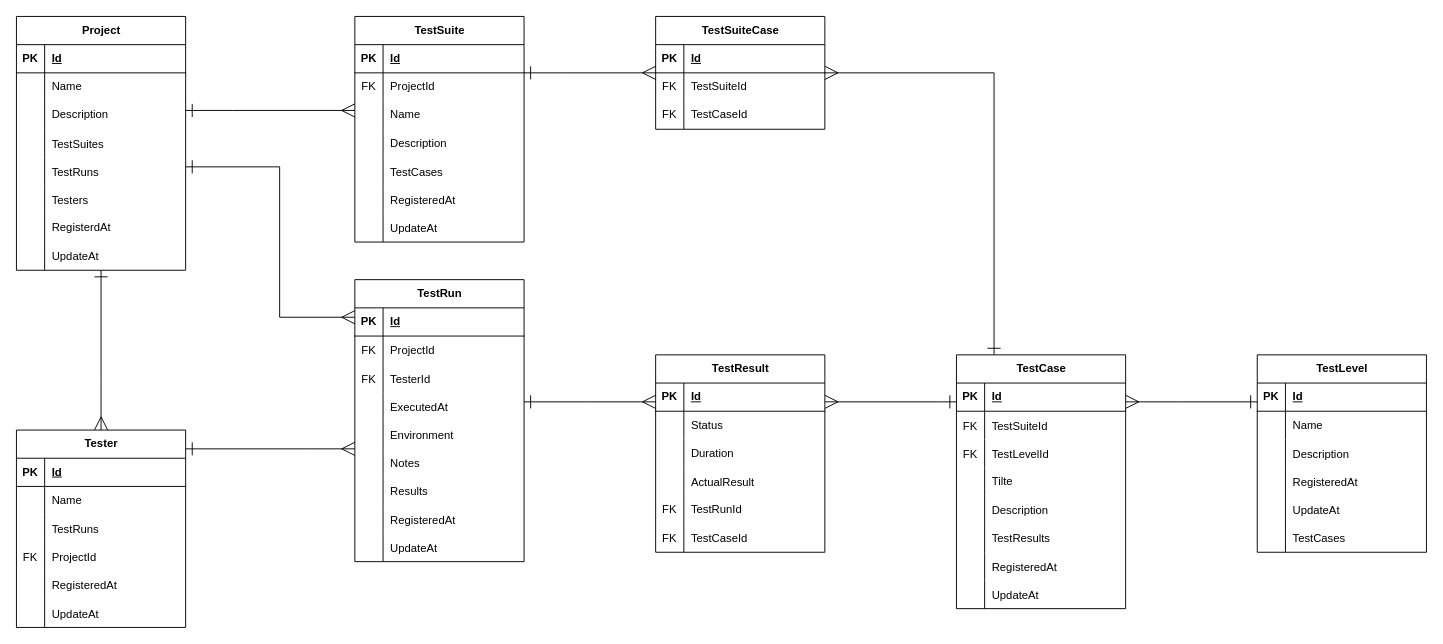
CountrySideEngineer/TestManagement keeps this draw.io diagram as page "テスト結果管理" (1 of 2) of doc/design/ER_diagram.drawio. Above is the earlier version. Source tidied: cells renumbered, new cells numbered last; positions are measured from the earlier drawing's top-left corner, leaving out a move shared by most shapes. Both pictures are drawn from the tidied source at 94%, with x=0, y=0 at pixel (16, 16).
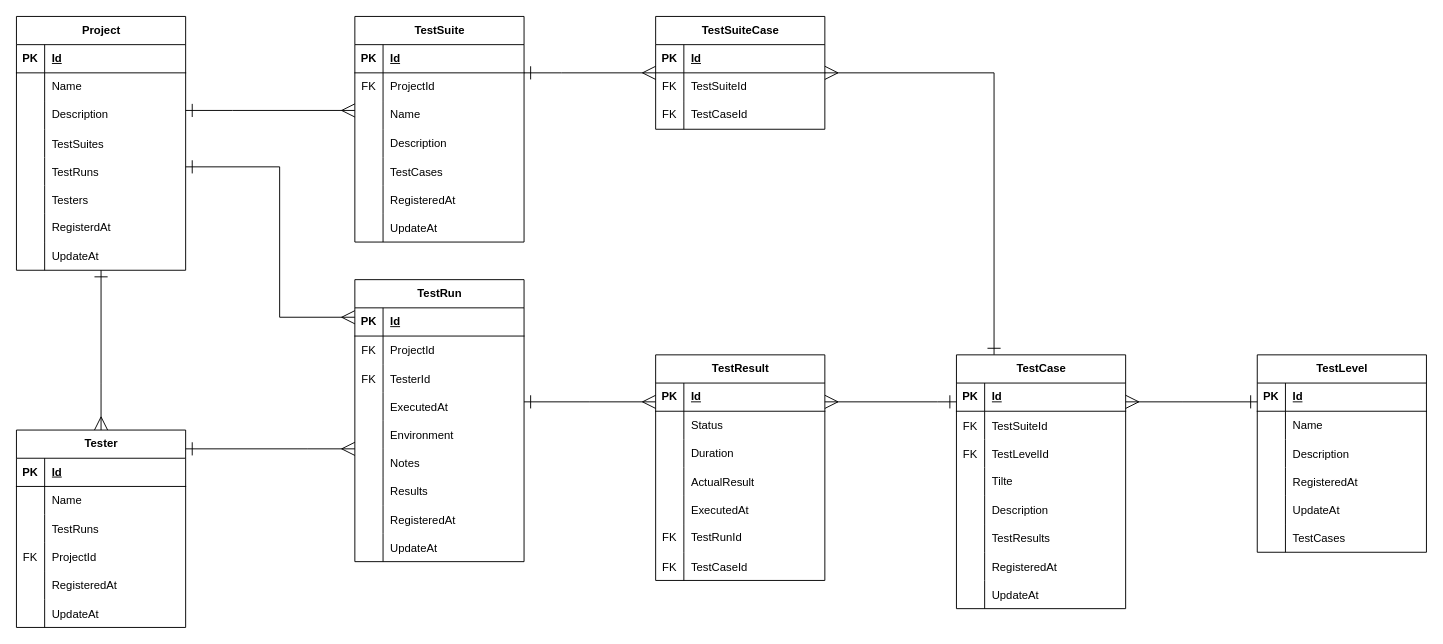
After the change.

Commit message:
Update ER diagram. Add "ExecutedAt" column in "TestResult" table.

Diff of the diagram source:
```diff
@@
     <mxCell id="148" value="TestResult" style="shape=table;startSize=30;childLayout=tableLayout;rowLines=0;fontStyle=1;align=center;html=1;" parent="1" vertex="1">
-      <mxGeometry x="680" y="360" width="180" height="210" as="geometry" />
+      <mxGeometry x="680" y="360" width="180" height="240" as="geometry" />
     </mxCell>
@@
+    <mxCell id="178" style="shape=tableRow;horizontal=0;startSize=0;swimlaneHead=0;swimlaneBody=0;fillColor=none;top=0;left=0;right=0;bottom=0;" parent="148" vertex="1">
+      <mxGeometry y="150" width="180" height="30" as="geometry" />
+    </mxCell>
+    <mxCell id="179" style="shape=partialRectangle;fillColor=none;top=0;left=0;bottom=0;right=0;overflow=hidden;" parent="178" vertex="1">
+      <mxGeometry width="30" height="30" as="geometry" />
+    </mxCell>
+    <mxCell id="180" value="ExecutedAt" style="shape=partialRectangle;fillColor=none;top=0;left=0;bottom=0;right=0;align=left;spacingLeft=6;overflow=hidden;" parent="178" vertex="1">
+      <mxGeometry x="30" width="150" height="30" as="geometry" />
+    </mxCell>
     <mxCell id="161" style="shape=tableRow;horizontal=0;startSize=0;swimlaneHead=0;swimlaneBody=0;fillColor=none;top=0;left=0;right=0;bottom=0;" parent="148" vertex="1">
-      <mxGeometry y="150" width="180" height="30" as="geometry" />
+      <mxGeometry y="180" width="180" height="30" as="geometry" />
     </mxCell>
@@
     <mxCell id="164" style="shape=tableRow;horizontal=0;startSize=0;swimlaneHead=0;swimlaneBody=0;fillColor=none;top=0;left=0;right=0;bottom=0;" parent="148" vertex="1">
-      <mxGeometry y="180" width="180" height="30" as="geometry" />
+      <mxGeometry y="210" width="180" height="30" as="geometry" />
     </mxCell>
```
